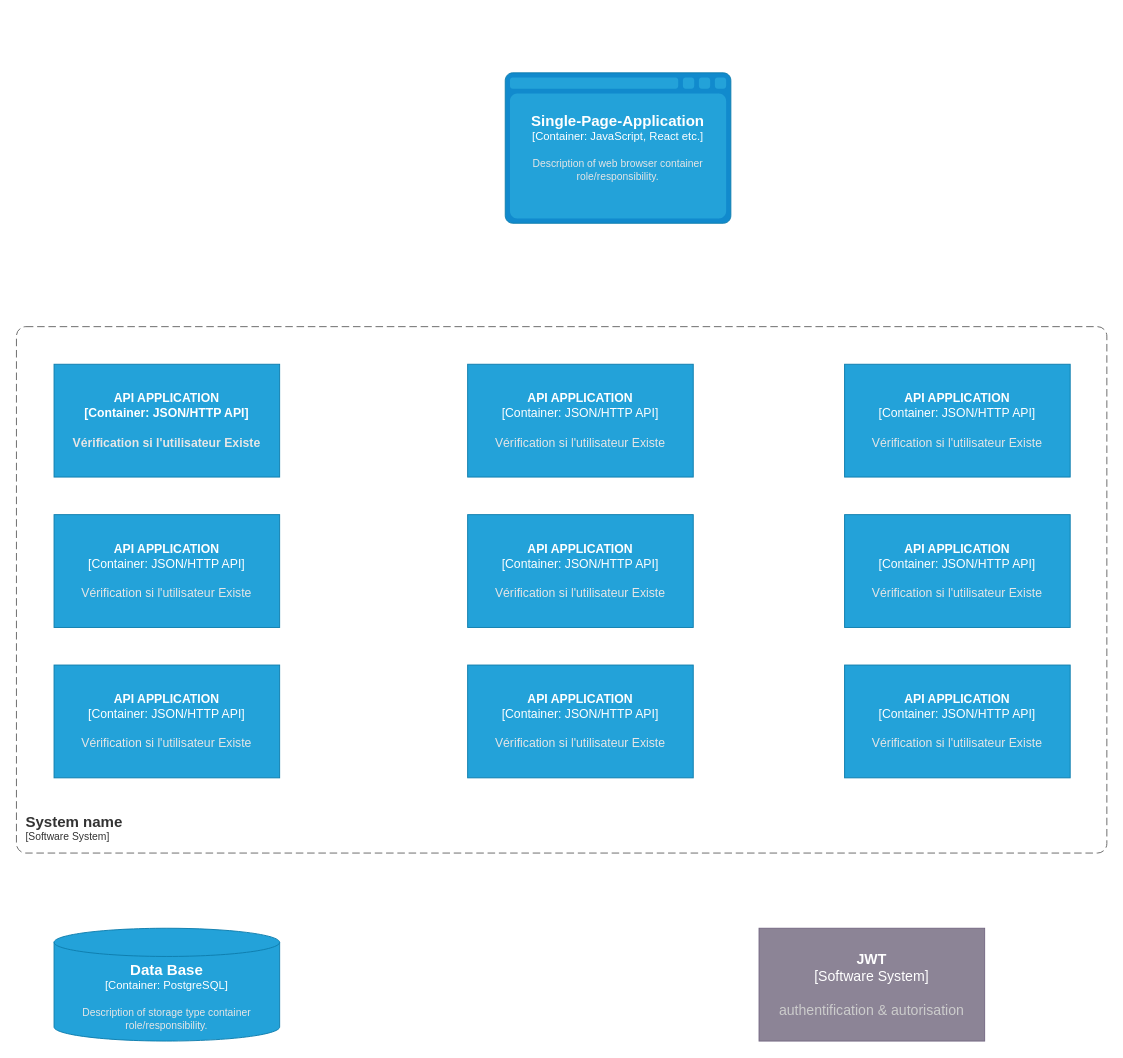
Before: page "composant" (3 of 4) of Diagramme sans nom.drawio in SALVA243/AP-TWITTER, a draw.io diagram. Source tidied: cells renumbered, new cells numbered last; positions are measured from the earlier drawing's top-left corner, leaving out a move shared by most shapes. Both pictures are drawn from the tidied source at 94%, with x=0, y=0 at pixel (16, 72).
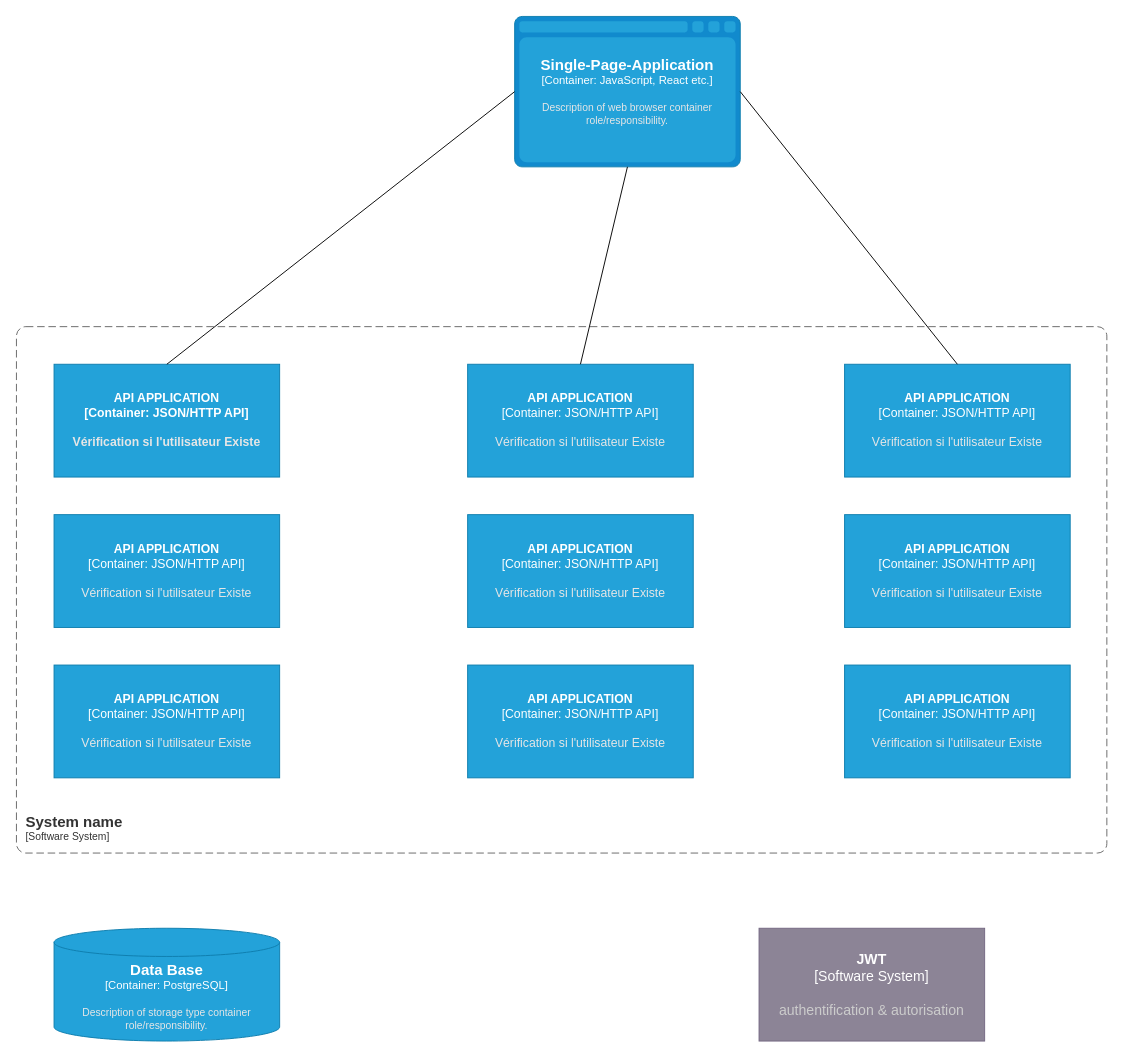
The same page after the edit.

Commit message:
9e Sauv 2 Fevr Comonent continue

The change refers to these unchanged cells:
```xml
<object id="4" label="&lt;font style=&quot;font-size: 13px;&quot;&gt;&lt;span style=&quot;font-size: 13px;&quot;&gt;%c4Name%&lt;/span&gt;&lt;/font&gt;&lt;div style=&quot;font-size: 13px;&quot;&gt;[%c4Type%: %c4Technology%]&lt;/div&gt;&lt;br style=&quot;font-size: 13px;&quot;&gt;&lt;div style=&quot;font-size: 13px;&quot;&gt;&lt;font style=&quot;font-size: 13px;&quot;&gt;&lt;font color=&quot;#E6E6E6&quot; style=&quot;font-size: 13px;&quot;&gt;%c4Description%&lt;/font&gt;&lt;/font&gt;&lt;/div&gt;" c4Description="Vérification si l'utilisateur Existe" c4Name="API APPLICATION" c4Technology="JSON/HTTP API" c4Type="Container" placeholders="1">
  <mxCell style="rounded=1;whiteSpace=wrap;html=1;fontSize=13;labelBackgroundColor=none;fillColor=#23A2D9;fontColor=#ffffff;align=center;arcSize=0;strokeColor=#0E7DAD;points=[[0.25,0,0],[0.5,0,0],[0.75,0,0],[1,0.25,0],[1,0.5,0],[1,0.75,0],[0.75,1,0],[0.5,1,0],[0.25,1,0],[0,0.75,0],[0,0.5,0],[0,0.25,0]];fontStyle=1;" parent="1" vertex="1">
    <mxGeometry x="40" y="310" width="240" height="120" as="geometry" />
  </mxCell>
</object>
<object id="7" label="&lt;font style=&quot;font-size: 13px;&quot;&gt;&lt;b style=&quot;font-size: 13px;&quot;&gt;%c4Name%&lt;/b&gt;&lt;/font&gt;&lt;div style=&quot;font-size: 13px;&quot;&gt;[%c4Type%: %c4Technology%]&lt;/div&gt;&lt;br style=&quot;font-size: 13px;&quot;&gt;&lt;div style=&quot;font-size: 13px;&quot;&gt;&lt;font style=&quot;font-size: 13px;&quot;&gt;&lt;font color=&quot;#E6E6E6&quot; style=&quot;font-size: 13px;&quot;&gt;%c4Description%&lt;/font&gt;&lt;/font&gt;&lt;/div&gt;" c4Description="Vérification si l'utilisateur Existe" c4Name="API APPLICATION" c4Technology="JSON/HTTP API" c4Type="Container" placeholders="1">
  <mxCell style="rounded=1;whiteSpace=wrap;html=1;fontSize=13;labelBackgroundColor=none;fillColor=#23A2D9;fontColor=#ffffff;align=center;arcSize=0;strokeColor=#0E7DAD;points=[[0.25,0,0],[0.5,0,0],[0.75,0,0],[1,0.25,0],[1,0.5,0],[1,0.75,0],[0.75,1,0],[0.5,1,0],[0.25,1,0],[0,0.75,0],[0,0.5,0],[0,0.25,0]];" parent="1" vertex="1">
    <mxGeometry x="480" y="310" width="240" height="120" as="geometry" />
  </mxCell>
</object>
<object id="8" label="&lt;font style=&quot;font-size: 13px;&quot;&gt;&lt;b style=&quot;font-size: 13px;&quot;&gt;%c4Name%&lt;/b&gt;&lt;/font&gt;&lt;div style=&quot;font-size: 13px;&quot;&gt;[%c4Type%: %c4Technology%]&lt;/div&gt;&lt;br style=&quot;font-size: 13px;&quot;&gt;&lt;div style=&quot;font-size: 13px;&quot;&gt;&lt;font style=&quot;font-size: 13px;&quot;&gt;&lt;font color=&quot;#E6E6E6&quot; style=&quot;font-size: 13px;&quot;&gt;%c4Description%&lt;/font&gt;&lt;/font&gt;&lt;/div&gt;" c4Description="Vérification si l'utilisateur Existe" c4Name="API APPLICATION" c4Technology="JSON/HTTP API" c4Type="Container" placeholders="1">
  <mxCell style="rounded=1;whiteSpace=wrap;html=1;fontSize=13;labelBackgroundColor=none;fillColor=#23A2D9;fontColor=#ffffff;align=center;arcSize=0;strokeColor=#0E7DAD;points=[[0.25,0,0],[0.5,0,0],[0.75,0,0],[1,0.25,0],[1,0.5,0],[1,0.75,0],[0.75,1,0],[0.5,1,0],[0.25,1,0],[0,0.75,0],[0,0.5,0],[0,0.25,0]];" parent="1" vertex="1">
    <mxGeometry x="881" y="310" width="240" height="120" as="geometry" />
  </mxCell>
</object>
```

Diff of the diagram source:
```diff
@@
     <object id="5" label="&lt;font style=&quot;font-size: 16px&quot;&gt;&lt;b&gt;%c4Type%&lt;/b&gt;&lt;/font&gt;&lt;div&gt;[%c4Container%:&amp;nbsp;%c4Technology%]&lt;/div&gt;&lt;br&gt;&lt;div&gt;&lt;font style=&quot;font-size: 11px&quot;&gt;&lt;font color=&quot;#E6E6E6&quot;&gt;%c4Description%&lt;/font&gt;&lt;/div&gt;" c4Container="Container" c4Description="Description of web browser container role/responsibility." c4Technology="JavaScript, React etc." c4Type="Single-Page-Application" placeholders="1">
       <mxCell style="shape=mxgraph.c4.webBrowserContainer2;whiteSpace=wrap;html=1;boundedLbl=1;rounded=0;labelBackgroundColor=none;strokeColor=#118ACD;fillColor=#23A2D9;strokeColor=#118ACD;strokeColor2=#0E7DAD;fontSize=12;fontColor=#ffffff;align=center;points=[[0.5,0,0],[1,0.25,0],[1,0.5,0],[1,0.75,0],[0.5,1,0],[0,0.75,0],[0,0.5,0],[0,0.25,0]];" parent="1" vertex="1">
-        <mxGeometry x="520" width="240" height="160" as="geometry" />
+        <mxGeometry x="530" y="-60" width="240" height="160" as="geometry" />
       </mxCell>
     </object>
@@
+    <mxCell id="15" style="endArrow=none;html=1;rounded=0;exitX=0.5;exitY=0;exitDx=0;exitDy=0;exitPerimeter=0;entryX=0;entryY=0.5;entryDx=0;entryDy=0;entryPerimeter=0;endFill=0;" parent="1" edge="1" source="4" target="5">
+      <mxGeometry relative="1" as="geometry" />
+    </mxCell>
+    <mxCell id="16" style="endArrow=none;html=1;rounded=0;entryX=0.5;entryY=1;entryDx=0;entryDy=0;entryPerimeter=0;exitX=0.5;exitY=0;exitDx=0;exitDy=0;exitPerimeter=0;" parent="1" edge="1" source="7" target="5">
+      <mxGeometry relative="1" as="geometry" />
+    </mxCell>
+    <mxCell id="17" style="endArrow=none;html=1;rounded=0;entryX=0.5;entryY=0;entryDx=0;entryDy=0;entryPerimeter=0;exitX=1;exitY=0.5;exitDx=0;exitDy=0;exitPerimeter=0;endFill=0;" parent="1" edge="1" source="5" target="8">
+      <mxGeometry relative="1" as="geometry" />
+    </mxCell>
```
